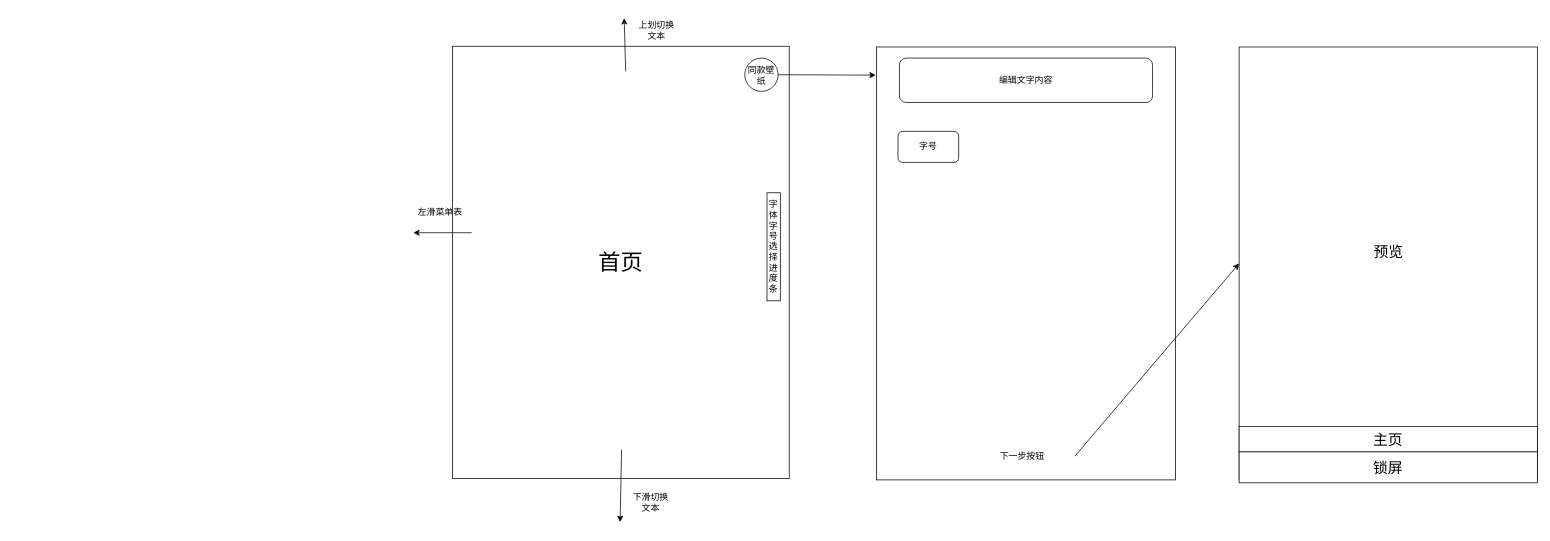
This is wallpaper.drawio from cangwang/news, a draw.io file, before an edit. Source tidied: cells renumbered, new cells numbered last; positions are measured from the earlier drawing's top-left corner, leaving out a move shared by most shapes. Both pictures are drawn from the tidied source at 74%, with x=0, y=0 at pixel (408, 18).
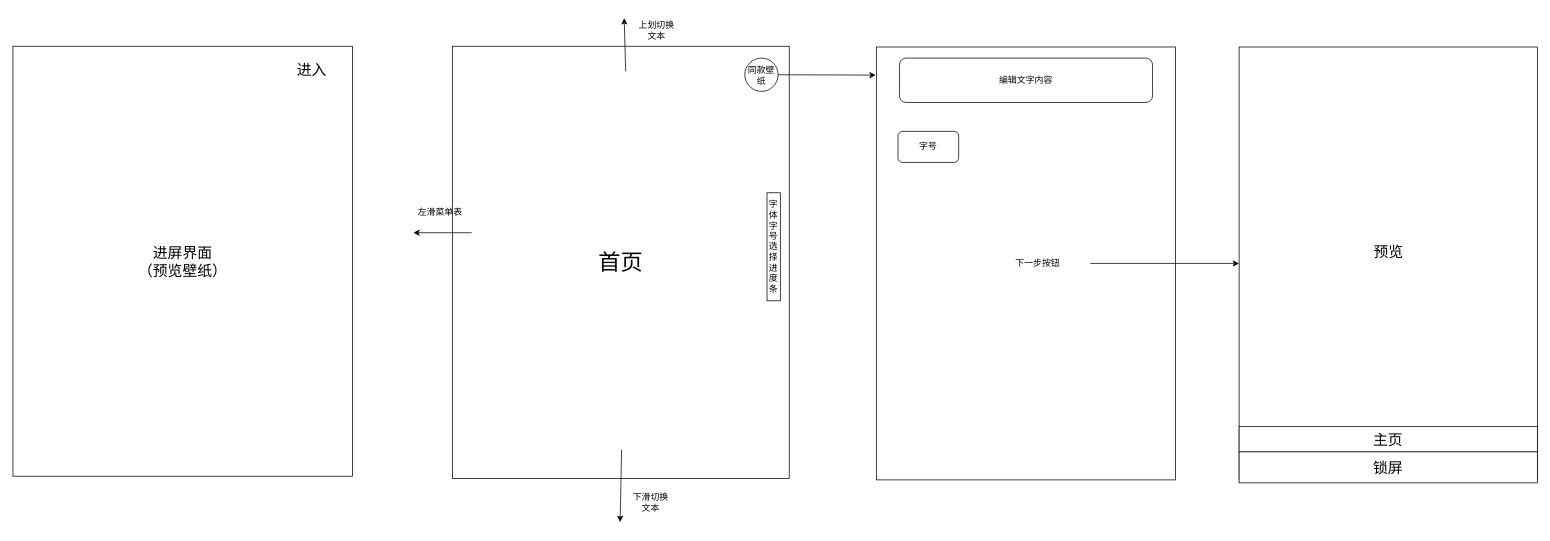
Above is the later version.

What changed in the source:
```diff
@@
     <mxCell id="13" value="下一步按钮" style="text;html=1;strokeColor=none;fillColor=none;align=center;verticalAlign=middle;whiteSpace=wrap;rounded=0;fontSize=12;" parent="1" vertex="1">
-      <mxGeometry x="759" y="577" width="142" height="30" as="geometry" />
+      <mxGeometry x="780" y="316.5" width="142" height="30" as="geometry" />
     </mxCell>
@@
+    <mxCell id="21" value="进屏界面&lt;br&gt;（预览壁纸）" style="rounded=0;whiteSpace=wrap;html=1;fontSize=20;" parent="1" vertex="1">
+      <mxGeometry x="-534" y="38" width="459" height="581" as="geometry" />
+    </mxCell>
+    <mxCell id="22" value="进入" style="text;html=1;strokeColor=none;fillColor=none;align=center;verticalAlign=middle;whiteSpace=wrap;rounded=0;fontSize=20;" parent="1" vertex="1">
+      <mxGeometry x="-160" y="54" width="60" height="30" as="geometry" />
+    </mxCell>
```
